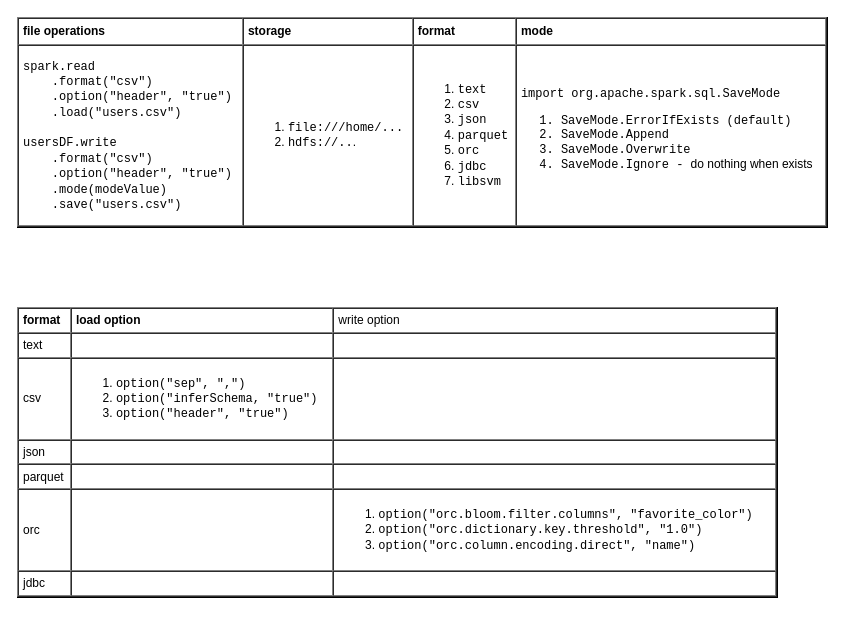
Above: page "source-file" (3 of 4) of languages/scala/spark.drawio in yangdj/tf_docs (draw.io), before the change. Source tidied: cells renumbered, new cells numbered last; positions are measured from the earlier drawing's top-left corner, leaving out a move shared by most shapes. Both pictures are drawn from the tidied source at 100%, with x=0, y=0 at pixel (17, 17).
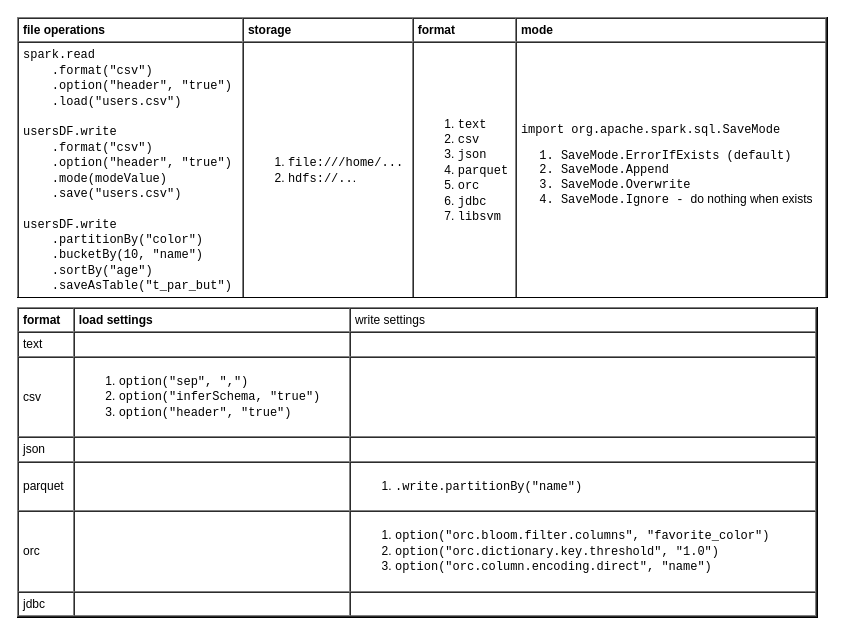
Above is the later version.

The edit, as a diff of the source:
```diff
@@
 <mxGraphModel>
   <root>
     <mxCell id="0" />
     <mxCell id="1" parent="0" />
-    <mxCell id="2" value="&lt;table cellpadding=&quot;4&quot; cellspacing=&quot;0&quot; border=&quot;1&quot; style=&quot;font-size: 1em ; width: 100% ; height: 100%&quot;&gt;&lt;tbody&gt;&lt;tr&gt;&lt;th&gt;format&lt;/th&gt;&lt;th&gt;load option&lt;/th&gt;&lt;td&gt;write option&lt;/td&gt;&lt;/tr&gt;&lt;tr&gt;&lt;td&gt;text&lt;/td&gt;&lt;td&gt;&lt;br&gt;&lt;/td&gt;&lt;td&gt;&lt;br&gt;&lt;/td&gt;&lt;/tr&gt;&lt;tr&gt;&lt;td&gt;csv&lt;/td&gt;&lt;td&gt;&lt;ol&gt;&lt;li&gt;&lt;font face=&quot;Courier New&quot;&gt;option(&quot;sep&quot;, &quot;,&quot;)&lt;/font&gt;&lt;/li&gt;&lt;li&gt;&lt;font face=&quot;Courier New&quot;&gt;option(&quot;inferSchema, &quot;true&quot;)&lt;/font&gt;&lt;/li&gt;&lt;li&gt;&lt;font face=&quot;Courier New&quot;&gt;option(&quot;header&quot;, &quot;true&quot;)&lt;/font&gt;&lt;/li&gt;&lt;/ol&gt;&lt;/td&gt;&lt;td&gt;&lt;br&gt;&lt;/td&gt;&lt;/tr&gt;&lt;tr&gt;&lt;td&gt;json&lt;/td&gt;&lt;td&gt;&lt;/td&gt;&lt;td&gt;&lt;br&gt;&lt;/td&gt;&lt;/tr&gt;&lt;tr&gt;&lt;td&gt;parquet&lt;/td&gt;&lt;td&gt;&lt;br&gt;&lt;/td&gt;&lt;td&gt;&lt;br&gt;&lt;/td&gt;&lt;/tr&gt;&lt;tr&gt;&lt;td&gt;orc&lt;/td&gt;&lt;td&gt;&lt;br&gt;&lt;/td&gt;&lt;td&gt;&lt;ol&gt;&lt;li&gt;&lt;font face=&quot;Courier New&quot;&gt;option(&quot;orc.bloom.filter.columns&quot;, &quot;favorite_color&quot;)&lt;/font&gt;&lt;/li&gt;&lt;li&gt;&lt;font face=&quot;Courier New&quot;&gt;option(&quot;orc.dictionary.key.threshold&quot;, &quot;1.0&quot;)&lt;/font&gt;&lt;/li&gt;&lt;li&gt;&lt;font face=&quot;Courier New&quot;&gt;option(&quot;orc.column.encoding.direct&quot;, &quot;name&quot;)&lt;/font&gt;&lt;/li&gt;&lt;/ol&gt;&lt;/td&gt;&lt;/tr&gt;&lt;tr&gt;&lt;td&gt;jdbc&lt;/td&gt;&lt;td&gt;&lt;br&gt;&lt;/td&gt;&lt;td&gt;&lt;br&gt;&lt;/td&gt;&lt;/tr&gt;&lt;/tbody&gt;&lt;/table&gt; " style="verticalAlign=top;align=left;overflow=fill;fontSize=12;fontFamily=Helvetica;html=1;" parent="1" vertex="1">
-      <mxGeometry y="290" width="760" height="290" as="geometry" />
+    <mxCell id="2" value="&lt;table cellpadding=&quot;4&quot; cellspacing=&quot;0&quot; border=&quot;1&quot; style=&quot;font-size: 1em ; width: 100% ; height: 100%&quot;&gt;&lt;tbody&gt;&lt;tr&gt;&lt;th&gt;format&lt;/th&gt;&lt;th&gt;load settings&lt;/th&gt;&lt;td&gt;write settings&lt;/td&gt;&lt;/tr&gt;&lt;tr&gt;&lt;td&gt;text&lt;/td&gt;&lt;td&gt;&lt;br&gt;&lt;/td&gt;&lt;td&gt;&lt;br&gt;&lt;/td&gt;&lt;/tr&gt;&lt;tr&gt;&lt;td&gt;csv&lt;/td&gt;&lt;td&gt;&lt;ol&gt;&lt;li&gt;&lt;font face=&quot;Courier New&quot;&gt;option(&quot;sep&quot;, &quot;,&quot;)&lt;/font&gt;&lt;/li&gt;&lt;li&gt;&lt;font face=&quot;Courier New&quot;&gt;option(&quot;inferSchema, &quot;true&quot;)&lt;/font&gt;&lt;/li&gt;&lt;li&gt;&lt;font face=&quot;Courier New&quot;&gt;option(&quot;header&quot;, &quot;true&quot;)&lt;/font&gt;&lt;/li&gt;&lt;/ol&gt;&lt;/td&gt;&lt;td&gt;&lt;br&gt;&lt;/td&gt;&lt;/tr&gt;&lt;tr&gt;&lt;td&gt;json&lt;/td&gt;&lt;td&gt;&lt;/td&gt;&lt;td&gt;&lt;br&gt;&lt;/td&gt;&lt;/tr&gt;&lt;tr&gt;&lt;td&gt;parquet&lt;/td&gt;&lt;td&gt;&lt;br&gt;&lt;/td&gt;&lt;td&gt;&lt;ol&gt;&lt;li&gt;&lt;font face=&quot;Courier New&quot;&gt;.write.partitionBy(&quot;name&quot;)&lt;/font&gt;&lt;/li&gt;&lt;/ol&gt;&lt;/td&gt;&lt;/tr&gt;&lt;tr&gt;&lt;td&gt;orc&lt;/td&gt;&lt;td&gt;&lt;br&gt;&lt;/td&gt;&lt;td&gt;&lt;ol&gt;&lt;li&gt;&lt;font face=&quot;Courier New&quot;&gt;option(&quot;orc.bloom.filter.columns&quot;, &quot;favorite_color&quot;)&lt;/font&gt;&lt;/li&gt;&lt;li&gt;&lt;font face=&quot;Courier New&quot;&gt;option(&quot;orc.dictionary.key.threshold&quot;, &quot;1.0&quot;)&lt;/font&gt;&lt;/li&gt;&lt;li&gt;&lt;font face=&quot;Courier New&quot;&gt;option(&quot;orc.column.encoding.direct&quot;, &quot;name&quot;)&lt;/font&gt;&lt;/li&gt;&lt;/ol&gt;&lt;/td&gt;&lt;/tr&gt;&lt;tr&gt;&lt;td&gt;jdbc&lt;/td&gt;&lt;td&gt;&lt;br&gt;&lt;/td&gt;&lt;td&gt;&lt;br&gt;&lt;/td&gt;&lt;/tr&gt;&lt;/tbody&gt;&lt;/table&gt; " style="verticalAlign=top;align=left;overflow=fill;fontSize=12;fontFamily=Helvetica;html=1;" parent="1" vertex="1">
+      <mxGeometry y="290" width="800" height="310" as="geometry" />
     </mxCell>
-    <mxCell id="3" value="&lt;table cellpadding=&quot;4&quot; cellspacing=&quot;0&quot; border=&quot;1&quot; style=&quot;font-size: 1em ; width: 100% ; height: 100%&quot;&gt;&lt;tbody&gt;&lt;tr&gt;&lt;th&gt;file operations&lt;/th&gt;&lt;td&gt;&lt;b&gt;storage&lt;/b&gt;&lt;/td&gt;&lt;th&gt;format&lt;/th&gt;&lt;td&gt;&lt;b&gt;mode&lt;/b&gt;&lt;/td&gt;&lt;/tr&gt;&lt;tr&gt;&lt;td&gt;&lt;font face=&quot;Courier New&quot;&gt;spark.read&lt;br&gt;&amp;nbsp; &amp;nbsp; .format(&quot;csv&quot;)&lt;br&gt;&amp;nbsp; &amp;nbsp; .option(&quot;header&quot;, &quot;true&quot;)&lt;br&gt;&amp;nbsp; &amp;nbsp; .load(&quot;users.csv&quot;)&lt;br&gt;&lt;br&gt;usersDF.write&lt;br&gt;&amp;nbsp; &amp;nbsp; .format(&quot;csv&quot;)&lt;br&gt;&amp;nbsp; &amp;nbsp; .option(&quot;header&quot;, &quot;true&quot;)&lt;br&gt;&amp;nbsp; &amp;nbsp; .mode(modeValue)&lt;br&gt;&amp;nbsp; &amp;nbsp; .save(&quot;users.csv&quot;)&lt;/font&gt;&lt;/td&gt;&lt;td&gt;&lt;ol&gt;&lt;li&gt;&lt;font face=&quot;Courier New&quot;&gt;file:///home/...&lt;/font&gt;&lt;/li&gt;&lt;li&gt;&lt;font face=&quot;Courier New&quot;&gt;hdfs://..&lt;/font&gt;.&lt;/li&gt;&lt;/ol&gt;&lt;/td&gt;&lt;td&gt;&lt;ol&gt;&lt;li&gt;&lt;font face=&quot;Courier New&quot;&gt;text&lt;/font&gt;&lt;/li&gt;&lt;li&gt;&lt;font face=&quot;Courier New&quot;&gt;csv&lt;/font&gt;&lt;/li&gt;&lt;li&gt;&lt;font face=&quot;Courier New&quot;&gt;json&lt;/font&gt;&lt;/li&gt;&lt;li&gt;&lt;font face=&quot;Courier New&quot;&gt;parquet&lt;/font&gt;&lt;/li&gt;&lt;li&gt;&lt;font face=&quot;Courier New&quot;&gt;orc&lt;/font&gt;&lt;/li&gt;&lt;li&gt;&lt;font face=&quot;Courier New&quot;&gt;jdbc&lt;/font&gt;&lt;/li&gt;&lt;li&gt;&lt;font face=&quot;Courier New&quot;&gt;libsvm&lt;/font&gt;&lt;/li&gt;&lt;/ol&gt;&lt;/td&gt;&lt;td&gt;&lt;font face=&quot;Courier New&quot;&gt;import org.apache.spark.sql.SaveMode&lt;/font&gt;&lt;br&gt;&lt;ol&gt;&lt;li style=&quot;font-family: &amp;#34;courier new&amp;#34;&quot;&gt;SaveMode.ErrorIfExists (default)&lt;/li&gt;&lt;li style=&quot;font-family: &amp;#34;courier new&amp;#34;&quot;&gt;SaveMode.Append&lt;/li&gt;&lt;li style=&quot;font-family: &amp;#34;courier new&amp;#34;&quot;&gt;SaveMode.Overwrite&lt;/li&gt;&lt;li style=&quot;font-family: &amp;#34;courier new&amp;#34;&quot;&gt;&lt;font face=&quot;Courier New&quot; style=&quot;font-size: 1em&quot;&gt;SaveMode.Ignore - &lt;/font&gt;&lt;span style=&quot;font-size: 1em ; font-family: &amp;#34;helvetica&amp;#34;&quot;&gt;do nothing when exists&lt;/span&gt;&lt;/li&gt;&lt;/ol&gt;&lt;/td&gt;&lt;/tr&gt;&lt;/tbody&gt;&lt;/table&gt; " style="verticalAlign=top;align=left;overflow=fill;fontSize=12;fontFamily=Helvetica;html=1;" parent="1" vertex="1">
-      <mxGeometry width="810" height="210" as="geometry" />
+    <mxCell id="3" value="&lt;table cellpadding=&quot;4&quot; cellspacing=&quot;0&quot; border=&quot;1&quot; style=&quot;font-size: 1em ; width: 100% ; height: 100%&quot;&gt;&lt;tbody&gt;&lt;tr&gt;&lt;th&gt;file operations&lt;/th&gt;&lt;td&gt;&lt;b&gt;storage&lt;/b&gt;&lt;/td&gt;&lt;th&gt;format&lt;/th&gt;&lt;td&gt;&lt;b&gt;mode&lt;/b&gt;&lt;/td&gt;&lt;/tr&gt;&lt;tr&gt;&lt;td&gt;&lt;font face=&quot;Courier New&quot;&gt;spark.read&lt;br&gt;&amp;nbsp; &amp;nbsp; .format(&quot;csv&quot;)&lt;br&gt;&amp;nbsp; &amp;nbsp; .option(&quot;header&quot;, &quot;true&quot;)&lt;br&gt;&amp;nbsp; &amp;nbsp; .load(&quot;users.csv&quot;)&lt;br&gt;&lt;br&gt;usersDF.write&lt;br&gt;&amp;nbsp; &amp;nbsp; .format(&quot;csv&quot;)&lt;br&gt;&amp;nbsp; &amp;nbsp; .option(&quot;header&quot;, &quot;true&quot;)&lt;br&gt;&amp;nbsp; &amp;nbsp; .mode(modeValue)&lt;br&gt;&amp;nbsp; &amp;nbsp; .save(&quot;users.csv&quot;)&lt;br&gt;&lt;br&gt;usersDF.write&lt;br&gt;&amp;nbsp; &amp;nbsp; .partitionBy(&quot;color&quot;)&lt;br&gt;&amp;nbsp; &amp;nbsp; .bucketBy(10, &quot;name&quot;)&lt;br&gt;&amp;nbsp; &amp;nbsp; .sortBy(&quot;age&quot;)&lt;br&gt;&amp;nbsp; &amp;nbsp; .saveAsTable(&quot;t_par_but&quot;)&lt;/font&gt;&lt;/td&gt;&lt;td&gt;&lt;ol&gt;&lt;li&gt;&lt;font face=&quot;Courier New&quot;&gt;file:///home/...&lt;/font&gt;&lt;/li&gt;&lt;li&gt;&lt;font face=&quot;Courier New&quot;&gt;hdfs://..&lt;/font&gt;.&lt;/li&gt;&lt;/ol&gt;&lt;/td&gt;&lt;td&gt;&lt;ol&gt;&lt;li&gt;&lt;font face=&quot;Courier New&quot;&gt;text&lt;/font&gt;&lt;/li&gt;&lt;li&gt;&lt;font face=&quot;Courier New&quot;&gt;csv&lt;/font&gt;&lt;/li&gt;&lt;li&gt;&lt;font face=&quot;Courier New&quot;&gt;json&lt;/font&gt;&lt;/li&gt;&lt;li&gt;&lt;font face=&quot;Courier New&quot;&gt;parquet&lt;/font&gt;&lt;/li&gt;&lt;li&gt;&lt;font face=&quot;Courier New&quot;&gt;orc&lt;/font&gt;&lt;/li&gt;&lt;li&gt;&lt;font face=&quot;Courier New&quot;&gt;jdbc&lt;/font&gt;&lt;/li&gt;&lt;li&gt;&lt;font face=&quot;Courier New&quot;&gt;libsvm&lt;/font&gt;&lt;/li&gt;&lt;/ol&gt;&lt;/td&gt;&lt;td&gt;&lt;font face=&quot;Courier New&quot;&gt;import org.apache.spark.sql.SaveMode&lt;/font&gt;&lt;br&gt;&lt;ol&gt;&lt;li style=&quot;font-family: &amp;#34;courier new&amp;#34;&quot;&gt;SaveMode.ErrorIfExists (default)&lt;/li&gt;&lt;li style=&quot;font-family: &amp;#34;courier new&amp;#34;&quot;&gt;SaveMode.Append&lt;/li&gt;&lt;li style=&quot;font-family: &amp;#34;courier new&amp;#34;&quot;&gt;SaveMode.Overwrite&lt;/li&gt;&lt;li style=&quot;font-family: &amp;#34;courier new&amp;#34;&quot;&gt;&lt;font face=&quot;Courier New&quot; style=&quot;font-size: 1em&quot;&gt;SaveMode.Ignore - &lt;/font&gt;&lt;span style=&quot;font-size: 1em ; font-family: &amp;#34;helvetica&amp;#34;&quot;&gt;do nothing when exists&lt;/span&gt;&lt;/li&gt;&lt;/ol&gt;&lt;/td&gt;&lt;/tr&gt;&lt;/tbody&gt;&lt;/table&gt; " style="verticalAlign=top;align=left;overflow=fill;fontSize=12;fontFamily=Helvetica;html=1;" parent="1" vertex="1">
+      <mxGeometry width="810" height="280" as="geometry" />
     </mxCell>
   </root>
 </mxGraphModel>
```
